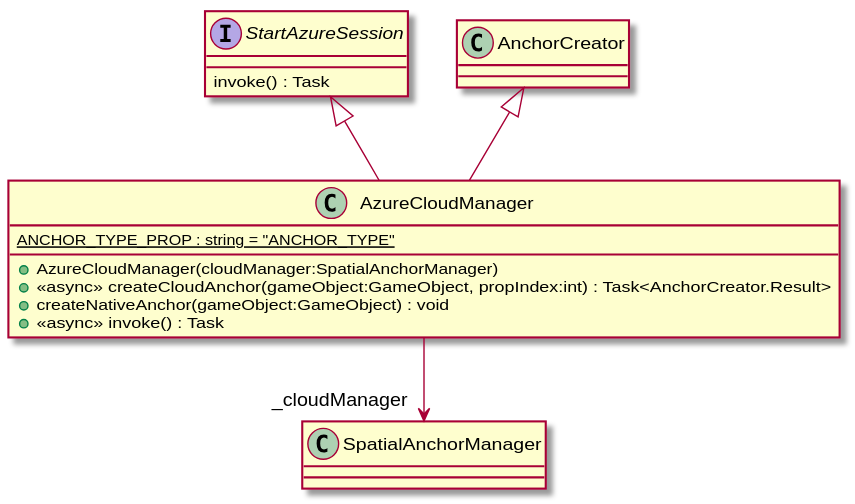
The PlantUML diagram UML/Assets/Scripts/AzureCloudManager.svg in DeNatur/ProductionFloorVisualization, before a commit.
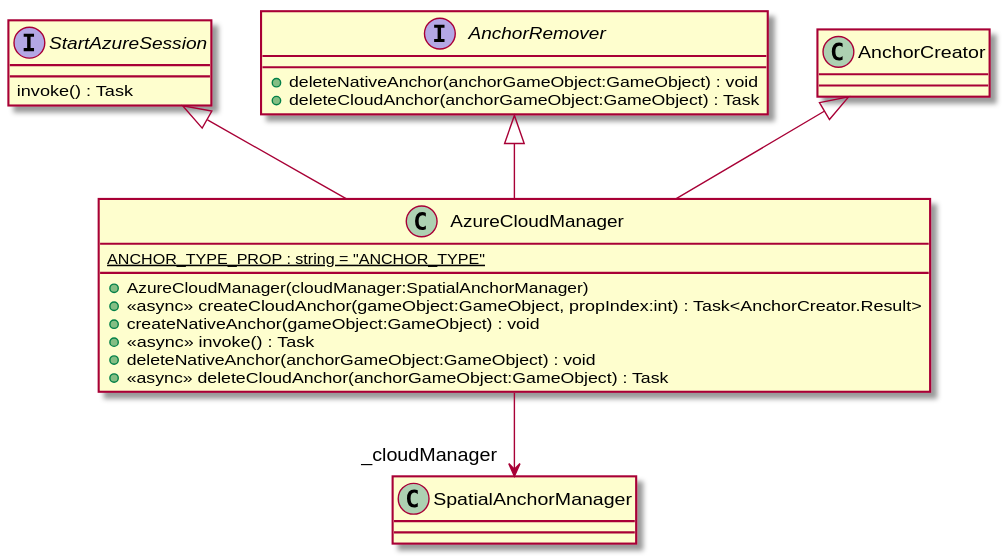
Later version of the same file.

Change to the diagram source:
```diff
@@ -1,6 +1,10 @@
 @startuml
 interface StartAzureSession {
     invoke() : Task
+}
+interface AnchorRemover {
+    + deleteNativeAnchor(anchorGameObject:GameObject) : void
+    + deleteCloudAnchor(anchorGameObject:GameObject) : Task
 }
 class AzureCloudManager {
     {static} ANCHOR_TYPE_PROP : string = "ANCHOR_TYPE"
@@ -8,8 +12,11 @@
     + <<async>> createCloudAnchor(gameObject:GameObject, propIndex:int) : Task<AnchorCreator.Result>
     + createNativeAnchor(gameObject:GameObject) : void
     + <<async>> invoke() : Task
+    + deleteNativeAnchor(anchorGameObject:GameObject) : void
+    + <<async>> deleteCloudAnchor(anchorGameObject:GameObject) : Task
 }
 AnchorCreator <|-- AzureCloudManager
 StartAzureSession <|-- AzureCloudManager
+AnchorRemover <|-- AzureCloudManager
 AzureCloudManager --> "_cloudManager" SpatialAnchorManager
 @enduml
```
